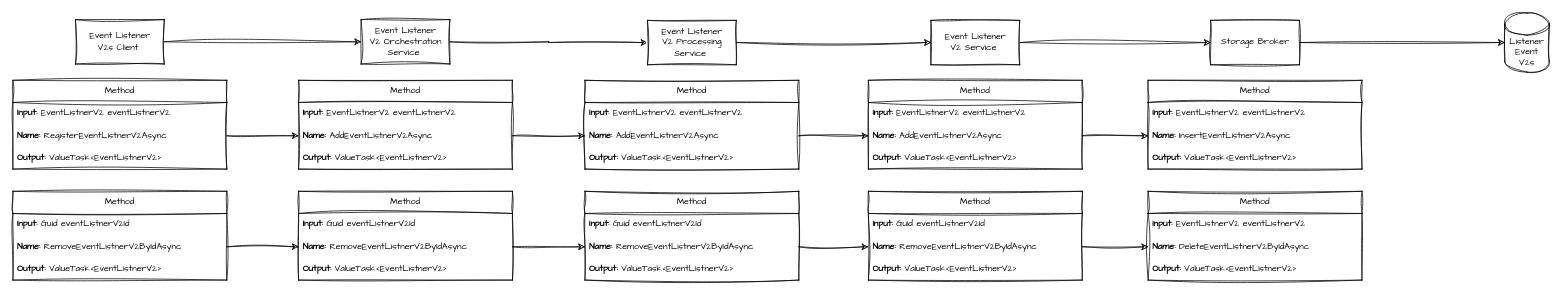
Above: page "REGISTER AND REMOVE EVENT LISTENER V2" (4 of 5) of EventHighway.Designs/EVENTS.drawio in hassanhabib/EventHighway (draw.io), before the change. Source tidied: cells renumbered, new cells numbered last; positions are measured from the earlier drawing's top-left corner, leaving out a move shared by most shapes. Both pictures are drawn from the tidied source at 74%, with x=0, y=0 at pixel (13, 13).
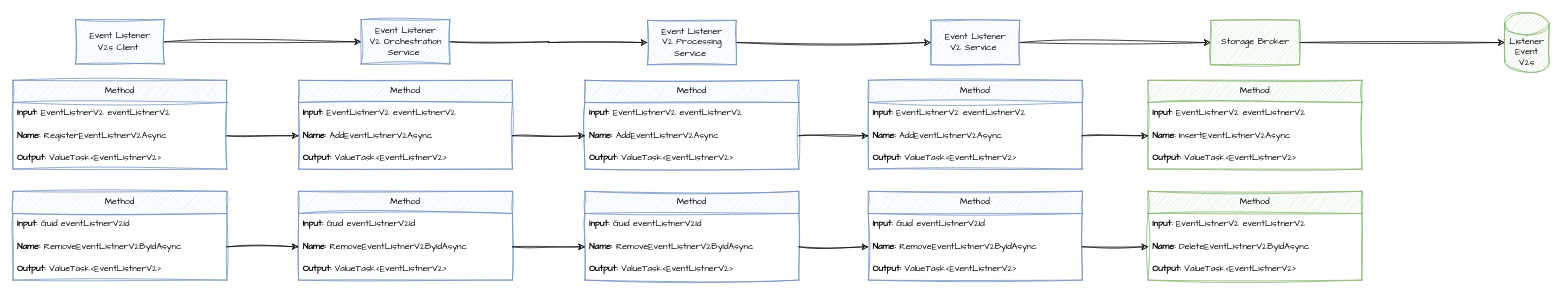
Above is the later version.

Commit message:
STATUS: Register & Remove Event Listener V2 As Of 12-03-25

Change to the diagram source:
```diff
@@
-    <mxCell id="3" value="Event Listener&lt;div&gt;V2s&amp;nbsp;&lt;span style=&quot;background-color: transparent; color: light-dark(rgb(0, 0, 0), rgb(255, 255, 255));&quot;&gt;Client&amp;nbsp;&lt;/span&gt;&lt;/div&gt;" style="rounded=0;whiteSpace=wrap;html=1;sketch=1;hachureGap=4;jiggle=2;curveFitting=1;fontFamily=Architects Daughter;" parent="1" vertex="1">
+    <mxCell id="3" value="Event Listener&lt;div&gt;V2s&amp;nbsp;&lt;span style=&quot;background-color: transparent; color: light-dark(rgb(0, 0, 0), rgb(255, 255, 255));&quot;&gt;Client&amp;nbsp;&lt;/span&gt;&lt;/div&gt;" style="rounded=0;whiteSpace=wrap;html=1;sketch=1;hachureGap=4;jiggle=2;curveFitting=1;fontFamily=Architects Daughter;fillColor=#dae8fc;strokeColor=#6c8ebf;" parent="1" vertex="1">
       <mxGeometry x="84.5" y="9" width="120" height="60" as="geometry" />
     </mxCell>
-    <mxCell id="4" value="Method" style="swimlane;fontStyle=0;horizontal=1;startSize=30;whiteSpace=wrap;html=1;sketch=1;hachureGap=4;jiggle=2;curveFitting=1;fontFamily=Architects Daughter;" parent="1" vertex="1">
+    <mxCell id="4" value="Method" style="swimlane;fontStyle=0;horizontal=1;startSize=30;whiteSpace=wrap;html=1;sketch=1;hachureGap=4;jiggle=2;curveFitting=1;fontFamily=Architects Daughter;fillColor=#dae8fc;strokeColor=#6c8ebf;" parent="1" vertex="1">
       <mxGeometry y="91" width="289" height="120" as="geometry" />
     </mxCell>
@@
-    <mxCell id="8" value="Method" style="swimlane;fontStyle=0;horizontal=1;startSize=30;whiteSpace=wrap;html=1;sketch=1;hachureGap=4;jiggle=2;curveFitting=1;fontFamily=Architects Daughter;" parent="1" vertex="1">
+    <mxCell id="8" value="Method" style="swimlane;fontStyle=0;horizontal=1;startSize=30;whiteSpace=wrap;html=1;sketch=1;hachureGap=4;jiggle=2;curveFitting=1;fontFamily=Architects Daughter;fillColor=#dae8fc;strokeColor=#6c8ebf;" parent="1" vertex="1">
       <mxGeometry y="241" width="289" height="120" as="geometry" />
     </mxCell>
@@
-    <mxCell id="13" value="Event Listener&lt;div&gt;V2 Orchestration&lt;/div&gt;&lt;div&gt;&lt;span style=&quot;background-color: transparent; color: light-dark(rgb(0, 0, 0), rgb(255, 255, 255));&quot;&gt;Service&amp;nbsp;&lt;/span&gt;&lt;/div&gt;" style="rounded=0;whiteSpace=wrap;html=1;sketch=1;hachureGap=4;jiggle=2;curveFitting=1;fontFamily=Architects Daughter;" parent="1" vertex="1">
+    <mxCell id="13" value="Event Listener&lt;div&gt;V2 Orchestration&lt;/div&gt;&lt;div&gt;&lt;span style=&quot;background-color: transparent; color: light-dark(rgb(0, 0, 0), rgb(255, 255, 255));&quot;&gt;Service&amp;nbsp;&lt;/span&gt;&lt;/div&gt;" style="rounded=0;whiteSpace=wrap;html=1;sketch=1;hachureGap=4;jiggle=2;curveFitting=1;fontFamily=Architects Daughter;fillColor=#dae8fc;strokeColor=#6c8ebf;" parent="1" vertex="1">
       <mxGeometry x="470.5" y="9" width="120" height="60" as="geometry" />
     </mxCell>
-    <mxCell id="14" value="Method" style="swimlane;fontStyle=0;horizontal=1;startSize=30;whiteSpace=wrap;html=1;sketch=1;hachureGap=4;jiggle=2;curveFitting=1;fontFamily=Architects Daughter;" parent="1" vertex="1">
+    <mxCell id="14" value="Method" style="swimlane;fontStyle=0;horizontal=1;startSize=30;whiteSpace=wrap;html=1;sketch=1;hachureGap=4;jiggle=2;curveFitting=1;fontFamily=Architects Daughter;fillColor=#dae8fc;strokeColor=#6c8ebf;" parent="1" vertex="1">
       <mxGeometry x="386" y="91" width="289" height="120" as="geometry" />
     </mxCell>
@@
-    <mxCell id="18" value="Method" style="swimlane;fontStyle=0;horizontal=1;startSize=30;whiteSpace=wrap;html=1;sketch=1;hachureGap=4;jiggle=2;curveFitting=1;fontFamily=Architects Daughter;" parent="1" vertex="1">
+    <mxCell id="18" value="Method" style="swimlane;fontStyle=0;horizontal=1;startSize=30;whiteSpace=wrap;html=1;sketch=1;hachureGap=4;jiggle=2;curveFitting=1;fontFamily=Architects Daughter;fillColor=#dae8fc;strokeColor=#6c8ebf;" parent="1" vertex="1">
       <mxGeometry x="386" y="241" width="289" height="120" as="geometry" />
     </mxCell>
@@
-    <mxCell id="25" value="Event Listener&lt;div&gt;V2 Processing&lt;/div&gt;&lt;div&gt;&lt;span style=&quot;background-color: transparent; color: light-dark(rgb(0, 0, 0), rgb(255, 255, 255));&quot;&gt;Service&amp;nbsp;&lt;/span&gt;&lt;/div&gt;" style="rounded=0;whiteSpace=wrap;html=1;sketch=1;hachureGap=4;jiggle=2;curveFitting=1;fontFamily=Architects Daughter;" parent="1" vertex="1">
+    <mxCell id="25" value="Event Listener&lt;div&gt;V2 Processing&lt;/div&gt;&lt;div&gt;&lt;span style=&quot;background-color: transparent; color: light-dark(rgb(0, 0, 0), rgb(255, 255, 255));&quot;&gt;Service&amp;nbsp;&lt;/span&gt;&lt;/div&gt;" style="rounded=0;whiteSpace=wrap;html=1;sketch=1;hachureGap=4;jiggle=2;curveFitting=1;fontFamily=Architects Daughter;fillColor=#dae8fc;strokeColor=#6c8ebf;" parent="1" vertex="1">
       <mxGeometry x="857.5" y="10" width="120" height="60" as="geometry" />
     </mxCell>
-    <mxCell id="26" value="Method" style="swimlane;fontStyle=0;horizontal=1;startSize=30;whiteSpace=wrap;html=1;sketch=1;hachureGap=4;jiggle=2;curveFitting=1;fontFamily=Architects Daughter;" parent="1" vertex="1">
+    <mxCell id="26" value="Method" style="swimlane;fontStyle=0;horizontal=1;startSize=30;whiteSpace=wrap;html=1;sketch=1;hachureGap=4;jiggle=2;curveFitting=1;fontFamily=Architects Daughter;fillColor=#dae8fc;strokeColor=#6c8ebf;" parent="1" vertex="1">
       <mxGeometry x="773" y="91" width="289" height="120" as="geometry" />
     </mxCell>
@@
-    <mxCell id="30" value="Method" style="swimlane;fontStyle=0;horizontal=1;startSize=30;whiteSpace=wrap;html=1;sketch=1;hachureGap=4;jiggle=2;curveFitting=1;fontFamily=Architects Daughter;" parent="1" vertex="1">
+    <mxCell id="30" value="Method" style="swimlane;fontStyle=0;horizontal=1;startSize=30;whiteSpace=wrap;html=1;sketch=1;hachureGap=4;jiggle=2;curveFitting=1;fontFamily=Architects Daughter;fillColor=#dae8fc;strokeColor=#6c8ebf;" parent="1" vertex="1">
       <mxGeometry x="773" y="241" width="289" height="120" as="geometry" />
     </mxCell>
@@
-    <mxCell id="35" value="Event Listener&lt;div&gt;V2 &lt;span style=&quot;background-color: transparent; color: light-dark(rgb(0, 0, 0), rgb(255, 255, 255));&quot;&gt;Service&amp;nbsp;&lt;/span&gt;&lt;/div&gt;" style="rounded=0;whiteSpace=wrap;html=1;sketch=1;hachureGap=4;jiggle=2;curveFitting=1;fontFamily=Architects Daughter;" parent="1" vertex="1">
+    <mxCell id="35" value="Event Listener&lt;div&gt;V2 &lt;span style=&quot;background-color: transparent; color: light-dark(rgb(0, 0, 0), rgb(255, 255, 255));&quot;&gt;Service&amp;nbsp;&lt;/span&gt;&lt;/div&gt;" style="rounded=0;whiteSpace=wrap;html=1;sketch=1;hachureGap=4;jiggle=2;curveFitting=1;fontFamily=Architects Daughter;fillColor=#dae8fc;strokeColor=#6c8ebf;" parent="1" vertex="1">
       <mxGeometry x="1240.5" y="10" width="120" height="60" as="geometry" />
     </mxCell>
-    <mxCell id="36" value="Method" style="swimlane;fontStyle=0;horizontal=1;startSize=30;whiteSpace=wrap;html=1;sketch=1;hachureGap=4;jiggle=2;curveFitting=1;fontFamily=Architects Daughter;" parent="1" vertex="1">
+    <mxCell id="36" value="Method" style="swimlane;fontStyle=0;horizontal=1;startSize=30;whiteSpace=wrap;html=1;sketch=1;hachureGap=4;jiggle=2;curveFitting=1;fontFamily=Architects Daughter;fillColor=#dae8fc;strokeColor=#6c8ebf;" parent="1" vertex="1">
       <mxGeometry x="1156" y="91" width="289" height="120" as="geometry" />
     </mxCell>
@@
-    <mxCell id="40" value="Method" style="swimlane;fontStyle=0;horizontal=1;startSize=30;whiteSpace=wrap;html=1;sketch=1;hachureGap=4;jiggle=2;curveFitting=1;fontFamily=Architects Daughter;" parent="1" vertex="1">
+    <mxCell id="40" value="Method" style="swimlane;fontStyle=0;horizontal=1;startSize=30;whiteSpace=wrap;html=1;sketch=1;hachureGap=4;jiggle=2;curveFitting=1;fontFamily=Architects Daughter;fillColor=#dae8fc;strokeColor=#6c8ebf;" parent="1" vertex="1">
       <mxGeometry x="1156" y="241" width="289" height="120" as="geometry" />
     </mxCell>
@@
-    <mxCell id="47" value="Storage Broker" style="rounded=0;whiteSpace=wrap;html=1;sketch=1;hachureGap=4;jiggle=2;curveFitting=1;fontFamily=Architects Daughter;" parent="1" vertex="1">
+    <mxCell id="47" value="Storage Broker" style="rounded=0;whiteSpace=wrap;html=1;sketch=1;hachureGap=4;jiggle=2;curveFitting=1;fontFamily=Architects Daughter;fillColor=#d5e8d4;strokeColor=#82b366;" parent="1" vertex="1">
       <mxGeometry x="1618.5" y="10" width="120" height="60" as="geometry" />
     </mxCell>
-    <mxCell id="48" value="Method" style="swimlane;fontStyle=0;horizontal=1;startSize=30;whiteSpace=wrap;html=1;sketch=1;hachureGap=4;jiggle=2;curveFitting=1;fontFamily=Architects Daughter;" parent="1" vertex="1">
+    <mxCell id="48" value="Method" style="swimlane;fontStyle=0;horizontal=1;startSize=30;whiteSpace=wrap;html=1;sketch=1;hachureGap=4;jiggle=2;curveFitting=1;fontFamily=Architects Daughter;fillColor=#d5e8d4;strokeColor=#82b366;" parent="1" vertex="1">
       <mxGeometry x="1534" y="91" width="289" height="120" as="geometry" />
     </mxCell>
@@
-    <mxCell id="52" value="Method" style="swimlane;fontStyle=0;horizontal=1;startSize=30;whiteSpace=wrap;html=1;sketch=1;hachureGap=4;jiggle=2;curveFitting=1;fontFamily=Architects Daughter;" parent="1" vertex="1">
+    <mxCell id="52" value="Method" style="swimlane;fontStyle=0;horizontal=1;startSize=30;whiteSpace=wrap;html=1;sketch=1;hachureGap=4;jiggle=2;curveFitting=1;fontFamily=Architects Daughter;fillColor=#d5e8d4;strokeColor=#82b366;" parent="1" vertex="1">
       <mxGeometry x="1534" y="241" width="289" height="120" as="geometry" />
     </mxCell>
@@
-    <mxCell id="58" value="&lt;span style=&quot;background-color: transparent; color: light-dark(rgb(0, 0, 0), rgb(255, 255, 255));&quot;&gt;Listener&lt;/span&gt;&lt;div&gt;Event&lt;br&gt;&lt;div&gt;&lt;span style=&quot;background-color: transparent; color: light-dark(rgb(0, 0, 0), rgb(255, 255, 255));&quot;&gt;V2s&lt;/span&gt;&lt;/div&gt;&lt;/div&gt;" style="shape=cylinder3;whiteSpace=wrap;html=1;boundedLbl=1;backgroundOutline=1;size=15;sketch=1;hachureGap=4;jiggle=2;curveFitting=1;fontFamily=Architects Daughter;" parent="1" vertex="1">
+    <mxCell id="58" value="&lt;span style=&quot;background-color: transparent; color: light-dark(rgb(0, 0, 0), rgb(255, 255, 255));&quot;&gt;Listener&lt;/span&gt;&lt;div&gt;Event&lt;br&gt;&lt;div&gt;&lt;span style=&quot;background-color: transparent; color: light-dark(rgb(0, 0, 0), rgb(255, 255, 255));&quot;&gt;V2s&lt;/span&gt;&lt;/div&gt;&lt;/div&gt;" style="shape=cylinder3;whiteSpace=wrap;html=1;boundedLbl=1;backgroundOutline=1;size=15;sketch=1;hachureGap=4;jiggle=2;curveFitting=1;fontFamily=Architects Daughter;fillColor=#d5e8d4;strokeColor=#82b366;" parent="1" vertex="1">
       <mxGeometry x="2016" width="60" height="80" as="geometry" />
     </mxCell>
```
